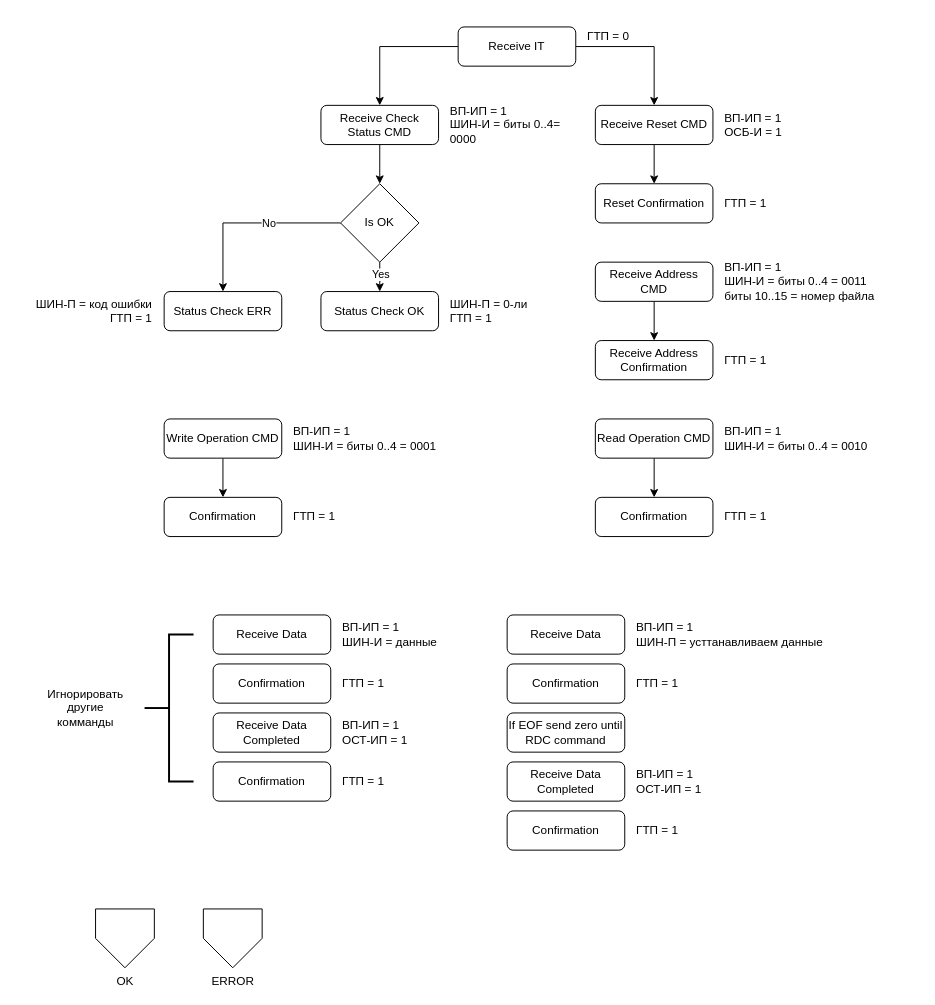
This is page "Algorythm" (1 of 4) of doc/design.drawio from artemkorobko/sm2m-sdmmc, a draw.io file, before an edit. Source tidied: cells renumbered, new cells numbered last; positions are measured from the earlier drawing's top-left corner, leaving out a move shared by most shapes. Both pictures are drawn from the tidied source at 98%, with x=0, y=0 at pixel (17, 17).
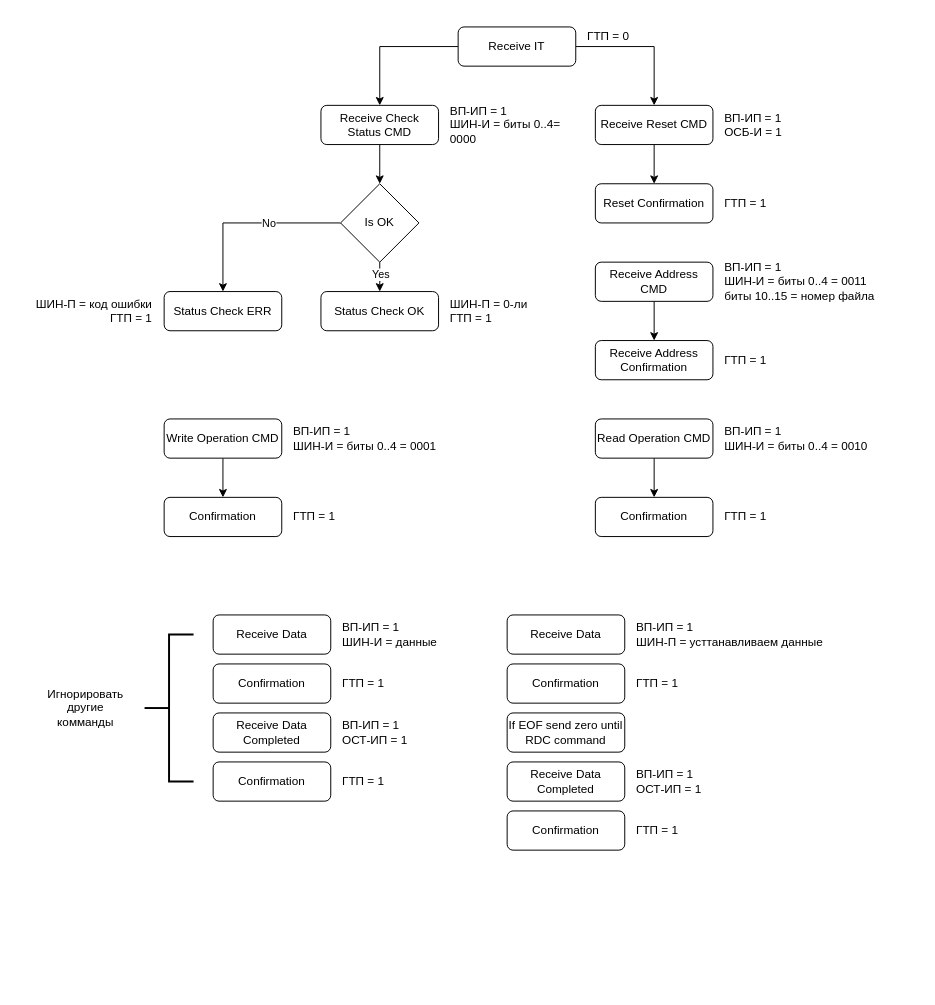
Above is the later version.

Change to the diagram source:
```diff
@@
-    <mxCell id="39" value="OK" style="verticalLabelPosition=bottom;verticalAlign=top;html=1;shape=offPageConnector;rounded=0;size=0.5;" parent="1" vertex="1">
-      <mxGeometry x="80" y="910" width="60" height="60" as="geometry" />
-    </mxCell>
-    <mxCell id="40" value="ERROR" style="verticalLabelPosition=bottom;verticalAlign=top;html=1;shape=offPageConnector;rounded=0;size=0.5;" parent="1" vertex="1">
-      <mxGeometry x="190" y="910" width="60" height="60" as="geometry" />
-    </mxCell>
```
